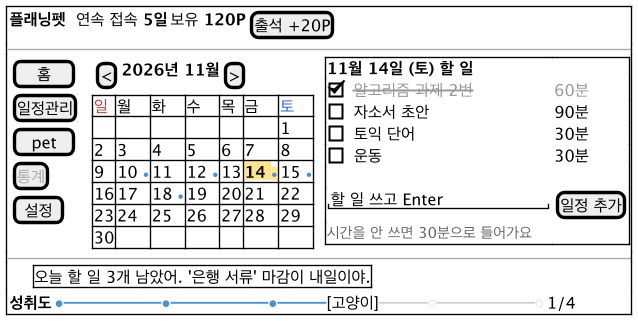
Above: docs/diagrams/ui-main.png in 2026-2-software-system-design-11/planning-pet-app (PlantUML), before the change.
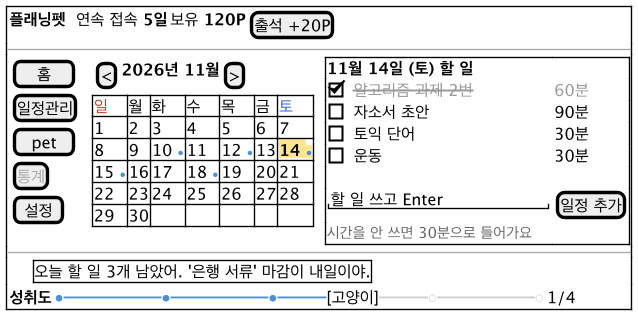
The same file after the commit.

Commit message:
docs(ui): 메인 와이어프레임 달력의 요일을 실제 2026년 11월에 맞춤 (#25)

Change to the diagram source:
```diff
@@ -15,12 +15,11 @@
       { [<] | <b>2026년 11월</b> | [>] }
       {#
         <color:#C0392B>일 | 월 | 화 | 수 | 목 | 금 | <color:#2E64C8>토
-        .  | .  | .  | .  | .  | .  | 1
-        2  | 3  | 4  | 5  | 6  | 7  | 8
-        9  | 10 <size:8><color:#4A90D9>●</color></size> | 11 | 12 <size:8><color:#4A90D9>●</color></size> | 13 | <back:#FFE58F><b>14 <size:8><color:#4A90D9>●</color></size></b></back> | 15 <size:8><color:#4A90D9>●</color></size>
-        16 | 17 | 18 <size:8><color:#4A90D9>●</color></size> | 19 | 20 | 21 | 22
-        23 | 24 | 25 | 26 | 27 | 28 | 29
-        30 | .  | .  | .  | .  | .  | .
+        1  | 2  | 3  | 4  | 5  | 6  | 7
+        8  | 9  | 10 <size:8><color:#4A90D9>●</color></size> | 11 | 12 <size:8><color:#4A90D9>●</color></size> | 13 | <back:#FFE58F><b>14 <size:8><color:#4A90D9>●</color></size></b></back>
+        15 <size:8><color:#4A90D9>●</color></size> | 16 | 17 | 18 <size:8><color:#4A90D9>●</color></size> | 19 | 20 | 21
+        22 | 23 | 24 | 25 | 26 | 27 | 28
+        29 | 30 | .  | .  | .  | .  | .
       }
     } | . |
     {+
```
